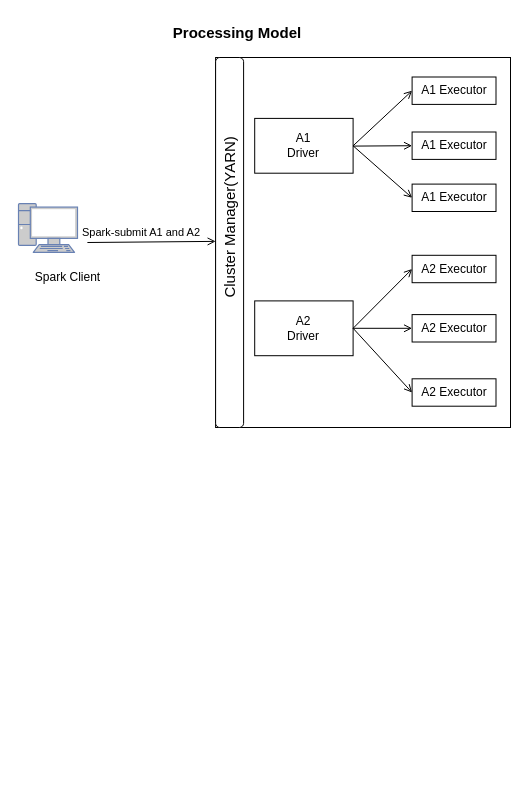
nowshadk07/MyDrawings keeps this draw.io diagram as Processing Model.drawio. Above is the earlier version. Source tidied: cells renumbered, new cells numbered last; positions are measured from the earlier drawing's top-left corner, leaving out a move shared by most shapes. Both pictures are drawn from the tidied source at 100%, with x=0, y=0 at pixel (18, 17).
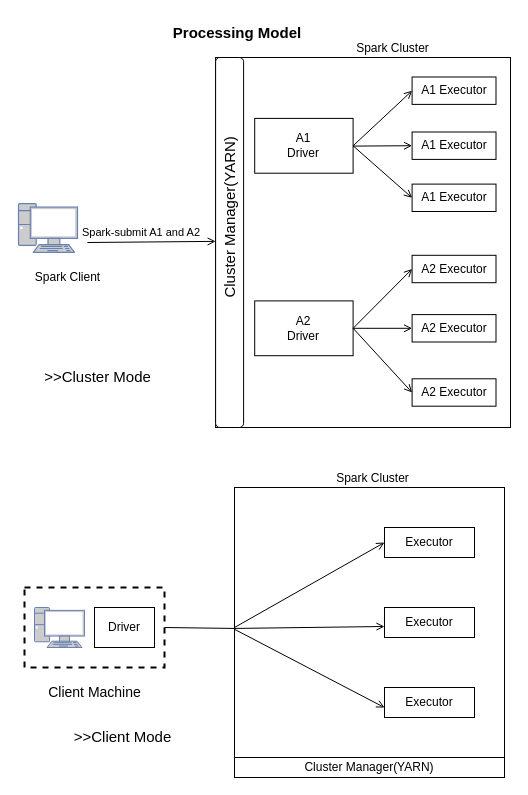
Above is the later version.

The change refers to these unchanged cells:
```xml
<mxCell id="2" style="group;" parent="1" vertex="1">
  <mxGeometry y="40" width="492" height="370" as="geometry" />
</mxCell>
```

Diff of the diagram source:
```diff
@@
+    <mxCell id="25" value="&lt;font style=&quot;font-size: 15px;&quot;&gt;&amp;gt;&amp;gt;Cluster Mode&lt;/font&gt;" style="text;html=1;align=center;verticalAlign=middle;whiteSpace=wrap;rounded=1;strokeColor=none;dashed=1;dashPattern=1 1;perimeterSpacing=0;strokeWidth=0;" parent="2" vertex="1">
+      <mxGeometry x="19.2" y="290" width="120.8" height="58.7" as="geometry" />
+    </mxCell>
@@
+    <mxCell id="26" style="group;" parent="1" vertex="1">
+      <mxGeometry x="6" y="470" width="480" height="290" as="geometry" />
+    </mxCell>
+    <mxCell id="27" style="rounded=0;whiteSpace=wrap;html=1;fillColor=none;dashed=1;strokeWidth=2;" parent="26" vertex="1">
+      <mxGeometry y="100" width="140" height="80" as="geometry" />
+    </mxCell>
+    <mxCell id="28" style="fontColor=#0066CC;verticalAlign=top;verticalLabelPosition=bottom;labelPosition=center;align=center;html=1;fillColor=#CCCCCC;strokeColor=#6881B3;gradientColor=none;gradientDirection=north;strokeWidth=2;shape=mxgraph.networks.pc;" parent="26" vertex="1">
+      <mxGeometry x="10" y="120" width="50" height="40" as="geometry" />
+    </mxCell>
+    <mxCell id="29" value="Driver" style="rounded=0;whiteSpace=wrap;html=1;" parent="26" vertex="1">
+      <mxGeometry x="70" y="120" width="60" height="40" as="geometry" />
+    </mxCell>
+    <mxCell id="30" value="&lt;font style=&quot;font-size: 14px;&quot;&gt;Client Machine&lt;/font&gt;" style="text;html=1;align=center;verticalAlign=middle;strokeColor=none;fillColor=none;" parent="26" vertex="1">
+      <mxGeometry x="10" y="190" width="120" height="30" as="geometry" />
+    </mxCell>
+    <mxCell id="31" style="rounded=0;whiteSpace=wrap;html=1;fillColor=none;" parent="26" vertex="1">
+      <mxGeometry x="210" width="270" height="290" as="geometry" />
+    </mxCell>
+    <mxCell id="32" style="endArrow=none;html=1;rounded=0;entryX=0;entryY=0.486;entryDx=0;entryDy=0;exitX=1;exitY=0.5;exitDx=0;exitDy=0;entryPerimeter=0;" parent="26" edge="1" source="27" target="31">
+      <mxGeometry relative="1" as="geometry" />
+    </mxCell>
+    <mxCell id="33" value="Executor" style="rounded=0;whiteSpace=wrap;html=1;" parent="26" vertex="1">
+      <mxGeometry x="360" y="40" width="90" height="30" as="geometry" />
+    </mxCell>
+    <mxCell id="34" value="Executor" style="rounded=0;whiteSpace=wrap;html=1;" parent="26" vertex="1">
+      <mxGeometry x="360" y="120" width="90" height="30" as="geometry" />
+    </mxCell>
+    <mxCell id="35" value="Executor" style="rounded=0;whiteSpace=wrap;html=1;" parent="26" vertex="1">
+      <mxGeometry x="360" y="200" width="90" height="30" as="geometry" />
+    </mxCell>
+    <mxCell id="36" style="endArrow=open;html=1;rounded=0;entryX=0;entryY=0.5;entryDx=0;entryDy=0;endFill=0;" parent="26" edge="1" target="33">
+      <mxGeometry relative="1" as="geometry">
+        <mxPoint x="210" y="140" as="sourcePoint" />
+      </mxGeometry>
+    </mxCell>
+    <mxCell id="37" style="endArrow=open;html=1;rounded=0;endFill=0;exitX=-0.001;exitY=0.486;exitDx=0;exitDy=0;exitPerimeter=0;" parent="26" edge="1" source="31">
+      <mxGeometry relative="1" as="geometry">
+        <mxPoint x="360" y="139" as="targetPoint" />
+      </mxGeometry>
+    </mxCell>
+    <mxCell id="38" style="endArrow=open;html=1;rounded=0;endFill=0;exitX=0;exitY=0.489;exitDx=0;exitDy=0;exitPerimeter=0;entryX=0.556;entryY=0.759;entryDx=0;entryDy=0;entryPerimeter=0;" parent="26" edge="1" source="31" target="31">
+      <mxGeometry relative="1" as="geometry" />
+    </mxCell>
+    <mxCell id="39" value="Cluster Manager(YARN)" style="rounded=0;whiteSpace=wrap;html=1;" parent="26" vertex="1">
+      <mxGeometry x="210" y="270" width="270" height="20" as="geometry" />
+    </mxCell>
+    <mxCell id="40" value="&lt;font style=&quot;font-size: 15px;&quot;&gt;&amp;gt;&amp;gt;Client Mode&lt;/font&gt;" style="text;html=1;align=center;verticalAlign=middle;whiteSpace=wrap;rounded=1;strokeColor=none;dashed=1;dashPattern=1 1;perimeterSpacing=0;strokeWidth=0;" parent="26" vertex="1">
+      <mxGeometry x="38" y="220" width="120.8" height="58.7" as="geometry" />
+    </mxCell>
+    <mxCell id="41" value="Spark Cluster" style="text;html=1;align=center;verticalAlign=middle;strokeColor=none;fillColor=none;spacingBottom=-2;" parent="1" vertex="1">
+      <mxGeometry x="304" y="450" width="100" height="20" as="geometry" />
+    </mxCell>
+    <mxCell id="42" value="Spark Cluster" style="text;html=1;align=center;verticalAlign=middle;strokeColor=none;fillColor=none;spacingBottom=-2;" parent="1" vertex="1">
+      <mxGeometry x="324" y="20" width="100" height="20" as="geometry" />
+    </mxCell>
```
